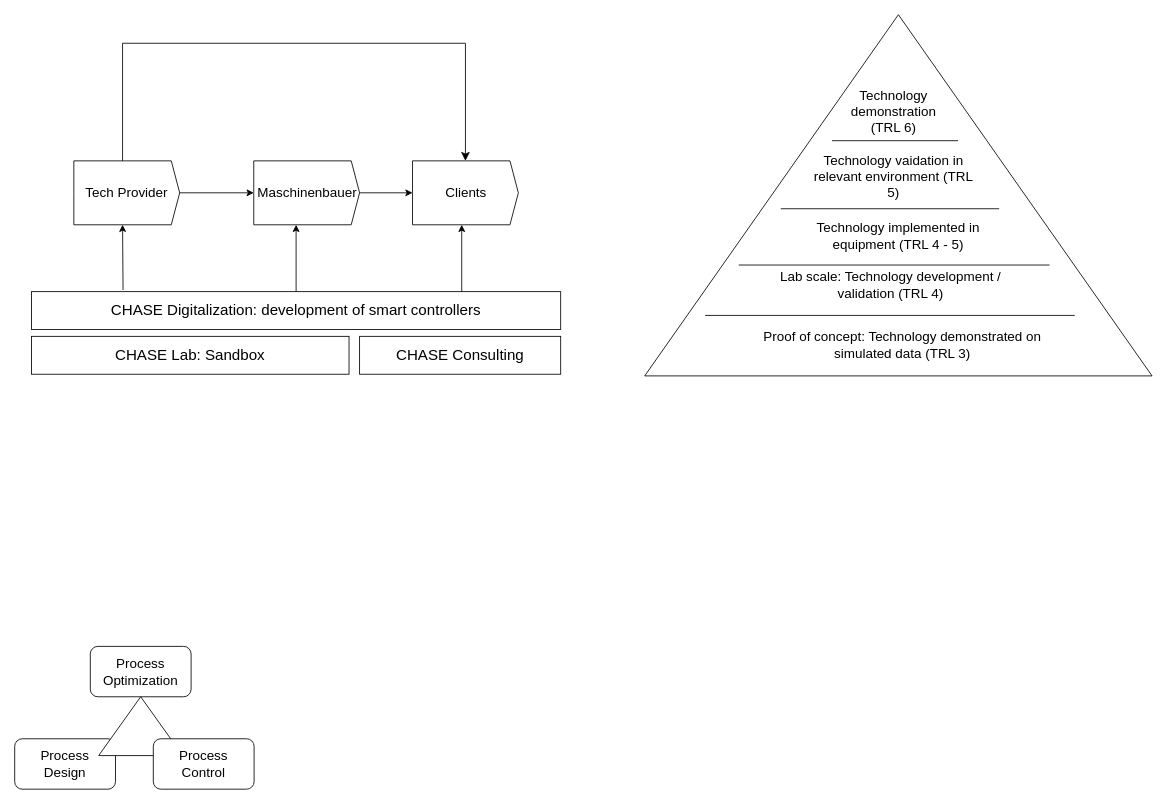
Earlier version of the draw.io diagram scenarios.drawio (kay-squared/PyTorchLearn). Source tidied: cells renumbered, new cells numbered last; positions are measured from the earlier drawing's top-left corner, leaving out a move shared by most shapes. Both pictures are drawn from the tidied source at 84%, with x=0, y=0 at pixel (14, 14).
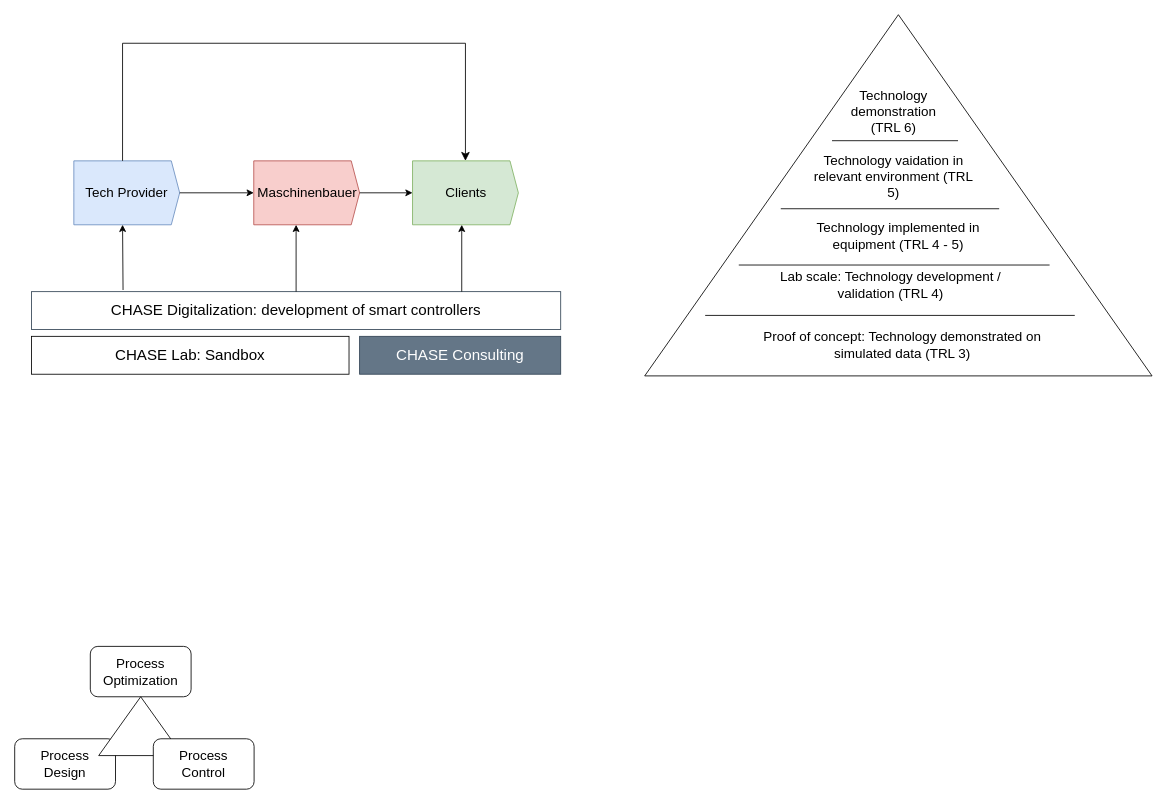
The same page after the edit.

The change refers to these unchanged cells:
```xml
<mxCell id="17" style="group;" parent="1" vertex="1">
  <mxGeometry x="20" y="104" width="630" height="324" as="geometry" />
</mxCell>
```

Diff of the diagram source:
```diff
@@
-    <mxCell id="18" value="Tech Provider" style="html=1;shadow=0;dashed=0;align=center;verticalAlign=middle;shape=mxgraph.arrows2.arrow;dy=0;dx=10;notch=0;fontFamily=Rubik light;fontSize=16;" parent="17" vertex="1">
+    <mxCell id="18" value="Tech Provider" style="html=1;shadow=0;dashed=0;align=center;verticalAlign=middle;shape=mxgraph.arrows2.arrow;dy=0;dx=10;notch=0;fontFamily=Rubik light;fontSize=16;fillColor=#dae8fc;strokeColor=#6c8ebf;" parent="17" vertex="1">
       <mxGeometry x="50.4" y="70" width="126" height="76.1" as="geometry" />
     </mxCell>
-    <mxCell id="19" value="Maschinenbauer" style="html=1;shadow=0;dashed=0;align=center;verticalAlign=middle;shape=mxgraph.arrows2.arrow;dy=0;dx=10;notch=0;fontFamily=Rubik light;fontSize=16;" parent="17" vertex="1">
+    <mxCell id="19" value="Maschinenbauer" style="html=1;shadow=0;dashed=0;align=center;verticalAlign=middle;shape=mxgraph.arrows2.arrow;dy=0;dx=10;notch=0;fontFamily=Rubik light;fontSize=16;fillColor=#f8cecc;strokeColor=#b85450;" parent="17" vertex="1">
       <mxGeometry x="264.6" y="70" width="126" height="76.1" as="geometry" />
     </mxCell>
@@
-    <mxCell id="21" value="Clients" style="html=1;shadow=0;dashed=0;align=center;verticalAlign=middle;shape=mxgraph.arrows2.arrow;dy=0;dx=10;notch=0;fontFamily=Rubik light;fontSize=16;" parent="17" vertex="1">
+    <mxCell id="21" value="Clients" style="html=1;shadow=0;dashed=0;align=center;verticalAlign=middle;shape=mxgraph.arrows2.arrow;dy=0;dx=10;notch=0;fontFamily=Rubik light;fontSize=16;fillColor=#d5e8d4;strokeColor=#82b366;" parent="17" vertex="1">
       <mxGeometry x="453.6" y="70" width="126" height="76.1" as="geometry" />
     </mxCell>
@@
-    <mxCell id="23" value="&lt;font face=&quot;Rubik light&quot; style=&quot;font-size: 18px;&quot;&gt;CHASE Digitalization: development of smart controllers&lt;/font&gt;" style="rounded=0;whiteSpace=wrap;html=1;" parent="17" vertex="1">
+    <mxCell id="23" value="&lt;font face=&quot;Rubik light&quot; style=&quot;font-size: 18px;&quot;&gt;CHASE Digitalization: development of smart controllers&lt;/font&gt;" style="rounded=0;whiteSpace=wrap;html=1;fillColor=none;strokeColor=#314354;fontColor=#050505;" parent="17" vertex="1">
       <mxGeometry y="225.7" width="630" height="45.1" as="geometry" />
     </mxCell>
@@
-    <mxCell id="28" value="&lt;font face=&quot;Rubik light&quot; style=&quot;font-size: 18px;&quot;&gt;CHASE Consulting&lt;/font&gt;" style="rounded=0;whiteSpace=wrap;html=1;" parent="17" vertex="1">
+    <mxCell id="28" value="&lt;font face=&quot;Rubik light&quot; style=&quot;font-size: 18px;&quot;&gt;CHASE Consulting&lt;/font&gt;" style="rounded=0;whiteSpace=wrap;html=1;fillColor=#647687;fontColor=#ffffff;strokeColor=#314354;" parent="17" vertex="1">
       <mxGeometry x="390.6" y="278.9" width="239.4" height="45.1" as="geometry" />
     </mxCell>
```
